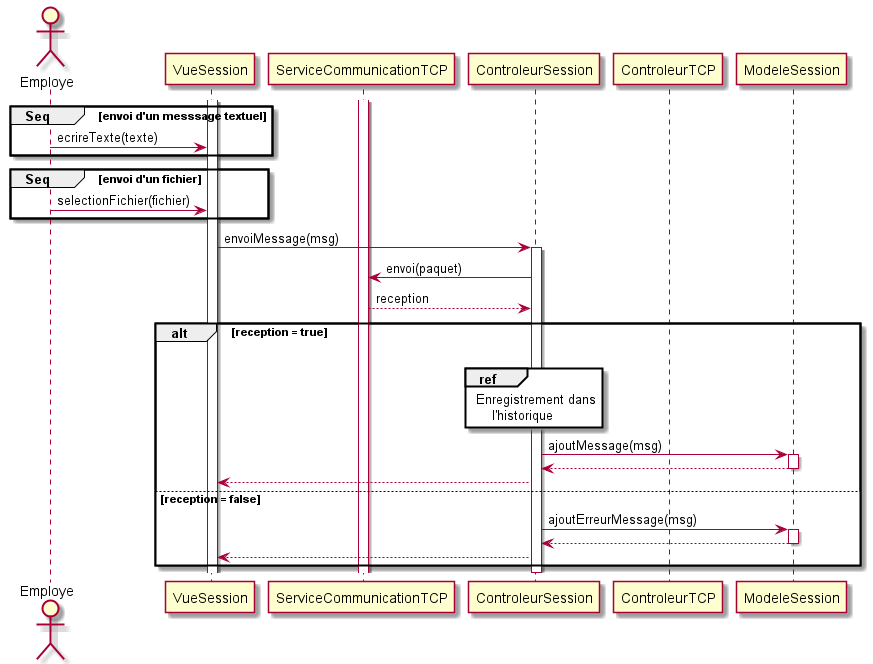
Before: sequence/envoi_message.png, a diagram exported from PlantUML (arc-hugo/clavardage_uml).
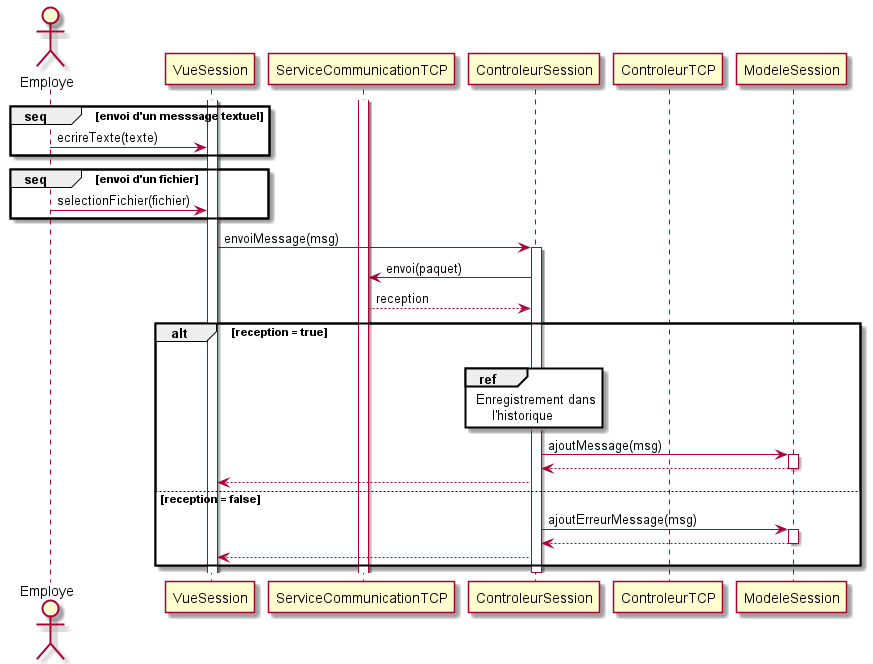
Above is the later version.

Change to the diagram source:
```diff
@@ -2,10 +2,10 @@
 actor Employe
 activate VueSession
 activate ServiceCommunicationTCP
-group Seq [envoi d'un messsage textuel]
+group seq [envoi d'un messsage textuel]
     Employe -> VueSession : ecrireTexte(texte)
 end
-group Seq [envoi d'un fichier]
+group seq [envoi d'un fichier]
     Employe -> VueSession : selectionFichier(fichier)
 end
 VueSession -> ControleurSession : envoiMessage(msg)
```
